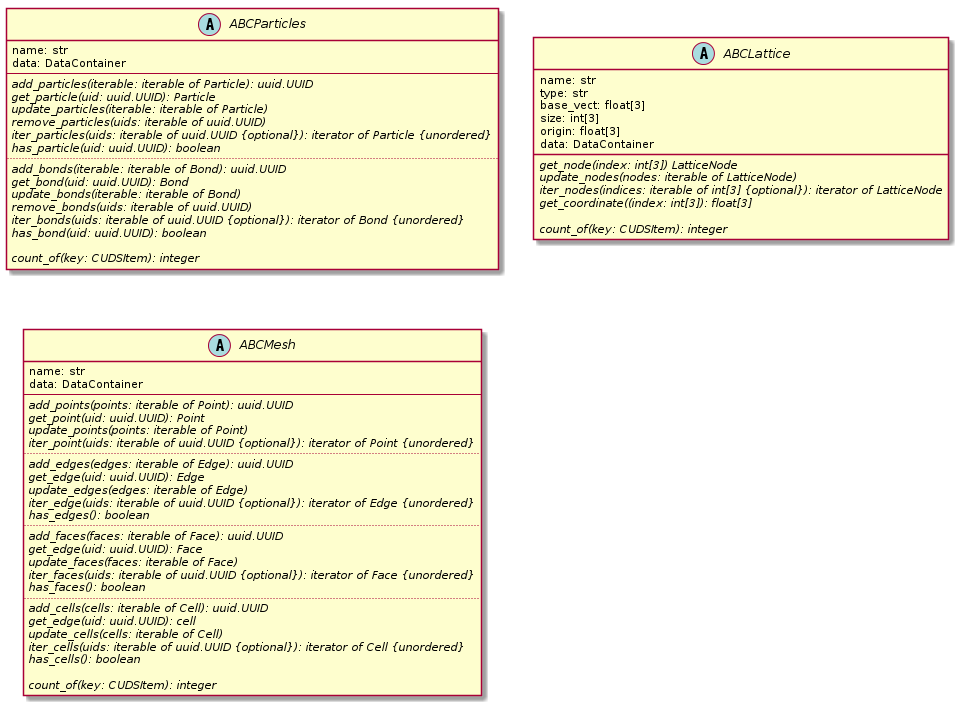
Earlier version of the PlantUML export doc/source/images/containers.png (simphony/simphony-common).
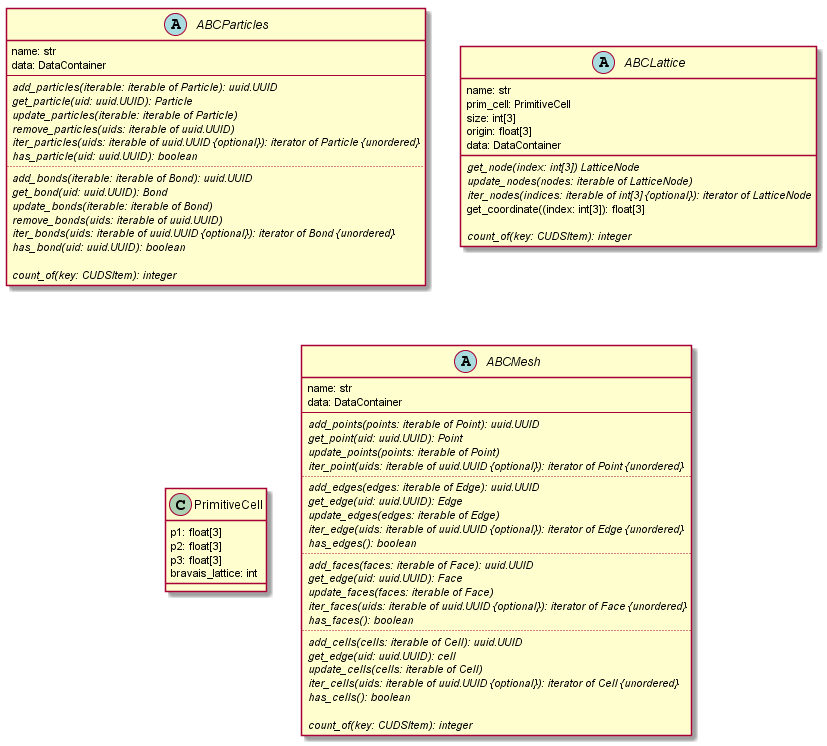
The same file after the commit.

What changed in the source:
```diff
@@ -21,17 +21,23 @@
 }
 abstract class ABCLattice {
   name: str
-  type: str
-  base_vect: float[3]
+  prim_cell: PrimitiveCell
   size: int[3]
   origin: float[3]
   data: DataContainer
   {abstract} get_node(index: int[3]) LatticeNode
   {abstract} update_nodes(nodes: iterable of LatticeNode)
   {abstract} iter_nodes(indices: iterable of int[3] {optional}): iterator of LatticeNode
-  {abstract} get_coordinate((index: int[3]): float[3]
+  get_coordinate((index: int[3]): float[3]
 
   {abstract} count_of(key: CUDSItem): integer
+}
+
+class PrimitiveCell {
+  p1: float[3]
+  p2: float[3]
+  p3: float[3]
+  bravais_lattice: int
 }
 abstract class ABCMesh {
   name: str
```
